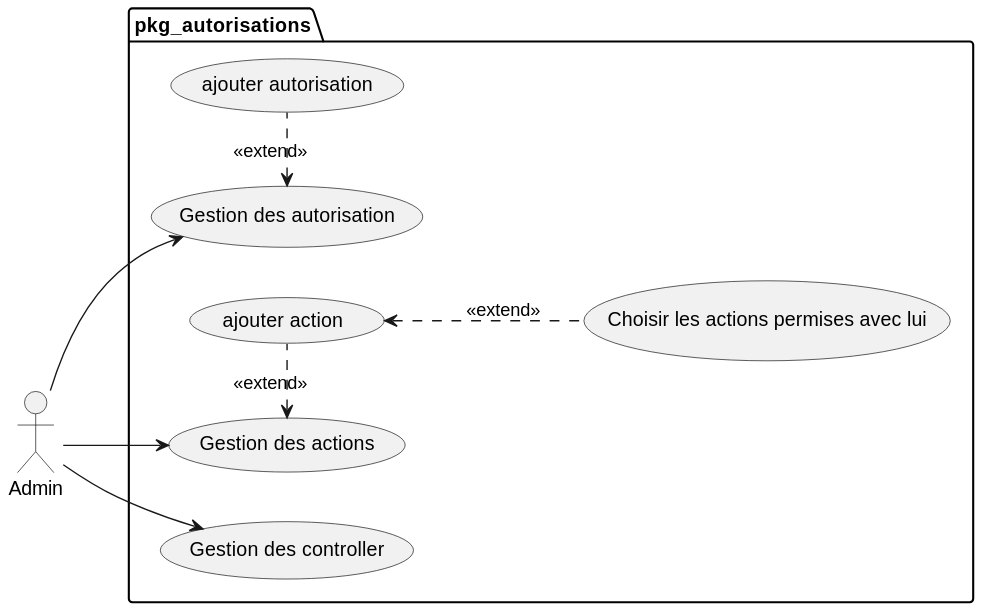
This is docs/diagrammes/pkg_autorisations/useses_cases_pkg_autorisations.svg from zaani12/prototype, a PlantUML export, as it was before one commit. The source it was exported from:
```plantuml
@startuml
left to right direction

actor Admin as admin

package pkg_autorisations {

  admin -->  (Gestion des controller)

admin -->  (Gestion des autorisation)
(Gestion des autorisation)  <. (ajouter autorisation)  : <<extend>>

  admin -->  (Gestion des actions)
  (Gestion des actions)  <.  (ajouter action) : <<extend>>
  (ajouter action) <.. (Choisir les actions permises avec lui) : <<extend>>







 }

@enduml
```
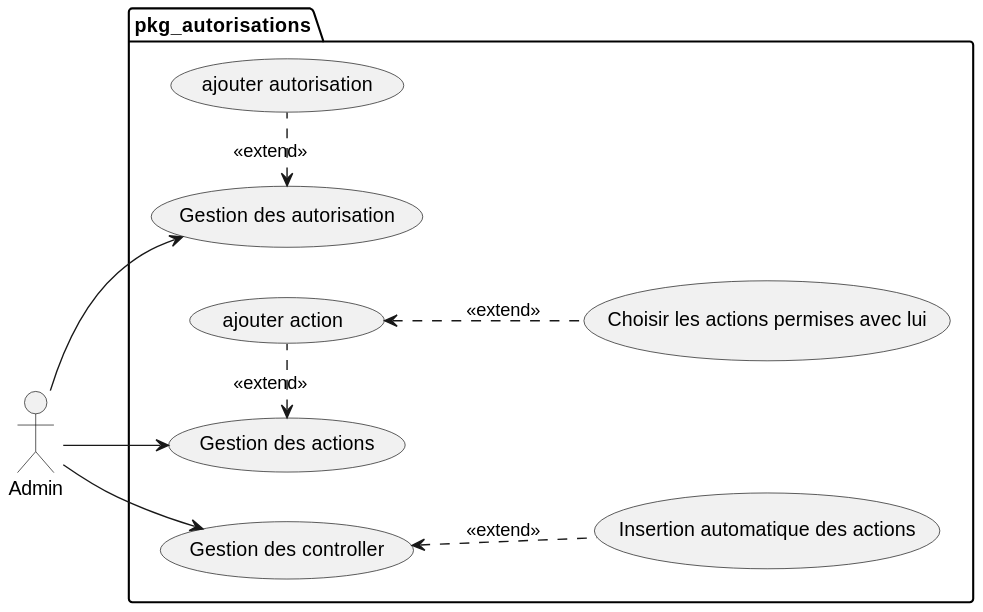
The same diagram one commit later.

Diff of the diagram source:
```diff
@@ -7,19 +7,14 @@
 
   admin -->  (Gestion des controller)
 
-admin -->  (Gestion des autorisation)
-(Gestion des autorisation)  <. (ajouter autorisation)  : <<extend>>
+  admin -->  (Gestion des autorisation)
+  (Gestion des autorisation)  <. (ajouter autorisation)  : <<extend>>
 
   admin -->  (Gestion des actions)
   (Gestion des actions)  <.  (ajouter action) : <<extend>>
   (ajouter action) <.. (Choisir les actions permises avec lui) : <<extend>>
 
-
-
-
-
-
-
+  (Gestion des controller) <.. (Insertion automatique des actions)   : <<extend>>
  }
 
 @enduml
```
